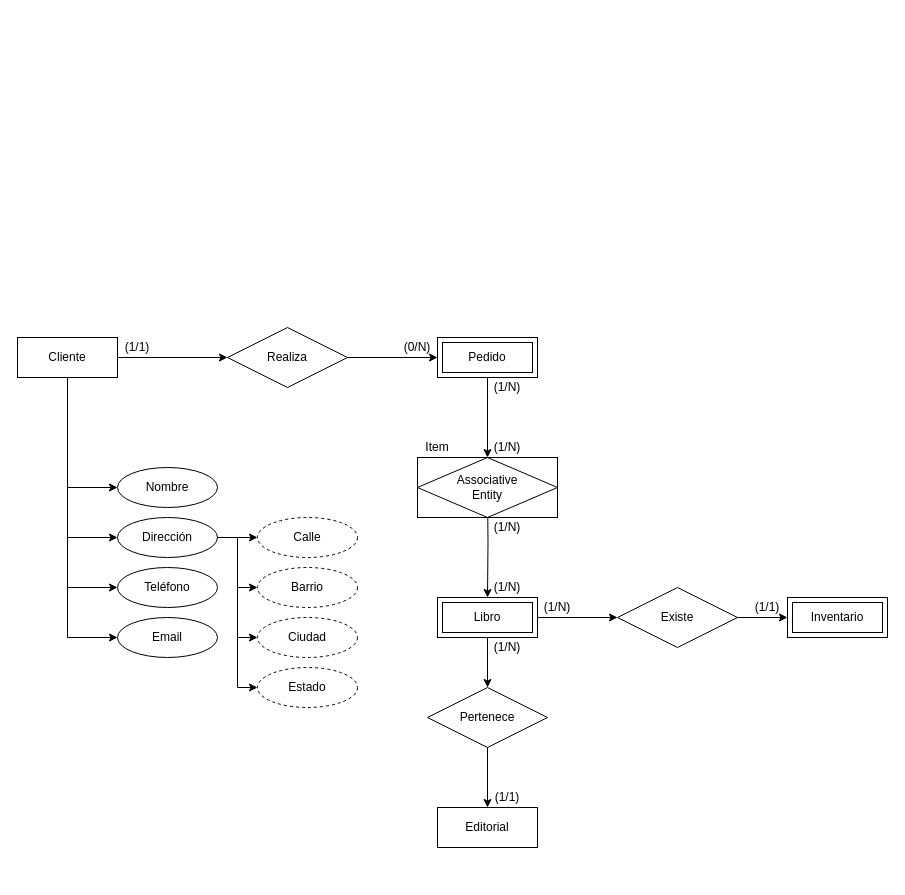
Earlier version of the draw.io diagram Diagrama id entidades.drawio (maximo-he/Modelado-de-base-de-datos). Source tidied: cells renumbered, new cells numbered last; positions are measured from the earlier drawing's top-left corner, leaving out a move shared by most shapes. Both pictures are drawn from the tidied source at 100%, with x=0, y=0 at pixel (17, 327).
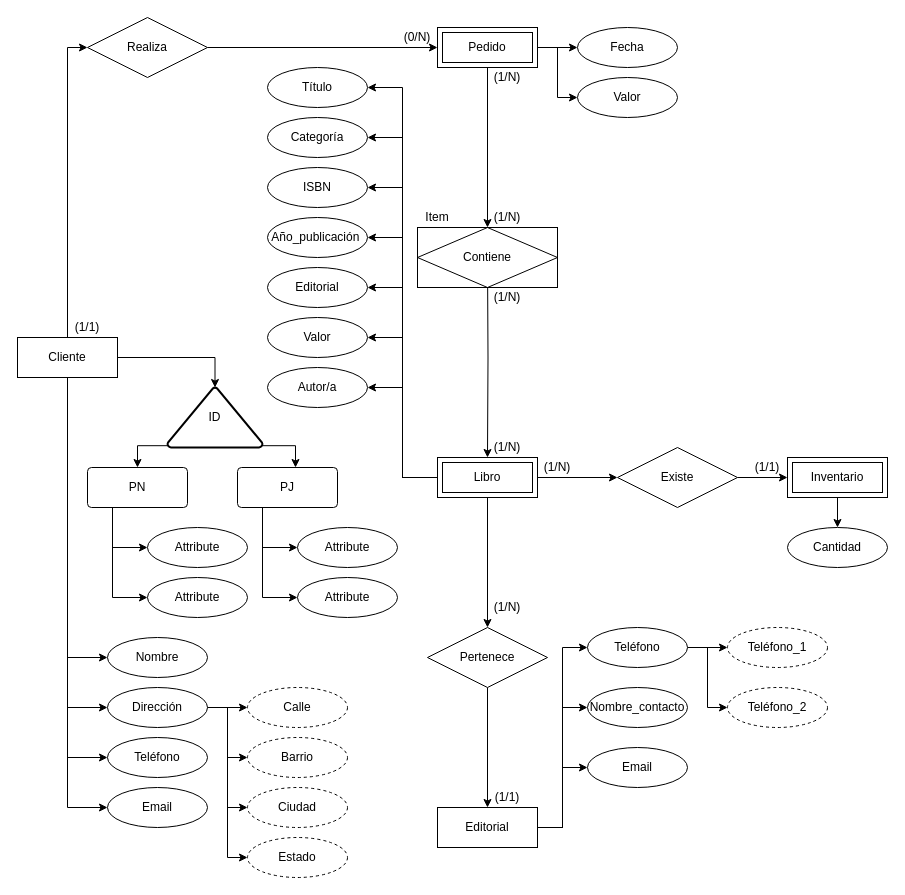
After the change.

The change refers to these unchanged cells:
```xml
<mxCell id="7" value="Cliente" style="whiteSpace=wrap;html=1;align=center;" parent="1" vertex="1">
  <mxGeometry y="10" width="100" height="40" as="geometry" />
</mxCell>
<mxCell id="10" value="Editorial" style="whiteSpace=wrap;html=1;align=center;" parent="1" vertex="1">
  <mxGeometry x="420" y="480" width="100" height="40" as="geometry" />
</mxCell>
```

What changed in the source:
```diff
@@
-    <mxCell id="2" style="edgeStyle=orthogonalEdgeStyle;rounded=0;jettySize=auto;html=1;exitX=1;exitY=0.5;exitDx=0;exitDy=0;entryX=0;entryY=0.5;entryDx=0;entryDy=0;" parent="1" edge="1" source="7" target="16">
-      <mxGeometry relative="1" as="geometry" />
+    <mxCell id="2" style="edgeStyle=orthogonalEdgeStyle;rounded=0;jettySize=auto;html=1;exitX=0.5;exitY=0;exitDx=0;exitDy=0;entryX=0;entryY=0.5;entryDx=0;entryDy=0;" parent="1" edge="1" source="7" target="16">
+      <mxGeometry relative="1" as="geometry">
+        <Array as="points">
+          <mxPoint x="50" y="-280" />
+        </Array>
+      </mxGeometry>
     </mxCell>
@@
+    <mxCell id="46" style="edgeStyle=orthogonalEdgeStyle;rounded=0;jettySize=auto;html=1;exitX=1;exitY=0.5;exitDx=0;exitDy=0;entryX=0;entryY=0.5;entryDx=0;entryDy=0;" parent="1" edge="1" source="9" target="73">
+      <mxGeometry relative="1" as="geometry" />
+    </mxCell>
+    <mxCell id="47" style="edgeStyle=orthogonalEdgeStyle;rounded=0;jettySize=auto;html=1;exitX=1;exitY=0.5;exitDx=0;exitDy=0;entryX=0;entryY=0.5;entryDx=0;entryDy=0;" parent="1" edge="1" source="9" target="74">
+      <mxGeometry relative="1" as="geometry" />
+    </mxCell>
     <mxCell id="9" value="Pedido" style="shape=ext;margin=3;double=1;whiteSpace=wrap;html=1;align=center;" parent="1" vertex="1">
-      <mxGeometry x="420" y="10" width="100" height="40" as="geometry" />
+      <mxGeometry x="420" y="-300" width="100" height="40" as="geometry" />
     </mxCell>
+    <mxCell id="48" style="edgeStyle=orthogonalEdgeStyle;rounded=0;jettySize=auto;html=1;exitX=1;exitY=0.5;exitDx=0;exitDy=0;entryX=0;entryY=0.5;entryDx=0;entryDy=0;" parent="1" edge="1" source="10" target="85">
+      <mxGeometry relative="1" as="geometry" />
+    </mxCell>
+    <mxCell id="49" style="edgeStyle=orthogonalEdgeStyle;rounded=0;jettySize=auto;html=1;exitX=1;exitY=0.5;exitDx=0;exitDy=0;entryX=0;entryY=0.5;entryDx=0;entryDy=0;" parent="1" edge="1" source="10" target="86">
+      <mxGeometry relative="1" as="geometry" />
+    </mxCell>
+    <mxCell id="50" style="edgeStyle=orthogonalEdgeStyle;rounded=0;jettySize=auto;html=1;exitX=1;exitY=0.5;exitDx=0;exitDy=0;entryX=0;entryY=0.5;entryDx=0;entryDy=0;" parent="1" edge="1" source="10" target="87">
+      <mxGeometry relative="1" as="geometry" />
+    </mxCell>
@@
+    <mxCell id="51" style="edgeStyle=orthogonalEdgeStyle;rounded=0;jettySize=auto;html=1;exitX=0.5;exitY=1;exitDx=0;exitDy=0;" parent="1" edge="1" source="11" target="82">
+      <mxGeometry relative="1" as="geometry" />
+    </mxCell>
     <mxCell id="11" value="Inventario" style="shape=ext;margin=3;double=1;whiteSpace=wrap;html=1;align=center;" parent="1" vertex="1">
-      <mxGeometry x="770" y="270" width="100" height="40" as="geometry" />
+      <mxGeometry x="770" y="130" width="100" height="40" as="geometry" />
     </mxCell>
@@
+    <mxCell id="52" style="edgeStyle=orthogonalEdgeStyle;rounded=0;jettySize=auto;html=1;exitX=0;exitY=0.5;exitDx=0;exitDy=0;entryX=1;entryY=0.5;entryDx=0;entryDy=0;" parent="1" edge="1" source="14" target="75">
+      <mxGeometry relative="1" as="geometry" />
+    </mxCell>
+    <mxCell id="53" style="edgeStyle=orthogonalEdgeStyle;rounded=0;jettySize=auto;html=1;exitX=0;exitY=0.5;exitDx=0;exitDy=0;entryX=1;entryY=0.5;entryDx=0;entryDy=0;" parent="1" edge="1" source="14" target="76">
+      <mxGeometry relative="1" as="geometry" />
+    </mxCell>
+    <mxCell id="54" style="edgeStyle=orthogonalEdgeStyle;rounded=0;jettySize=auto;html=1;exitX=0;exitY=0.5;exitDx=0;exitDy=0;entryX=1;entryY=0.5;entryDx=0;entryDy=0;" parent="1" edge="1" source="14" target="77">
+      <mxGeometry relative="1" as="geometry" />
+    </mxCell>
+    <mxCell id="55" style="edgeStyle=orthogonalEdgeStyle;rounded=0;jettySize=auto;html=1;exitX=0;exitY=0.5;exitDx=0;exitDy=0;entryX=1;entryY=0.5;entryDx=0;entryDy=0;" parent="1" edge="1" source="14" target="78">
+      <mxGeometry relative="1" as="geometry" />
+    </mxCell>
+    <mxCell id="56" style="edgeStyle=orthogonalEdgeStyle;rounded=0;jettySize=auto;html=1;exitX=0;exitY=0.5;exitDx=0;exitDy=0;entryX=1;entryY=0.5;entryDx=0;entryDy=0;" parent="1" edge="1" source="14" target="79">
+      <mxGeometry relative="1" as="geometry" />
+    </mxCell>
+    <mxCell id="57" style="edgeStyle=orthogonalEdgeStyle;rounded=0;jettySize=auto;html=1;exitX=0;exitY=0.5;exitDx=0;exitDy=0;entryX=1;entryY=0.5;entryDx=0;entryDy=0;" parent="1" edge="1" source="14" target="80">
+      <mxGeometry relative="1" as="geometry" />
+    </mxCell>
+    <mxCell id="58" style="edgeStyle=orthogonalEdgeStyle;rounded=0;jettySize=auto;html=1;exitX=0;exitY=0.5;exitDx=0;exitDy=0;entryX=1;entryY=0.5;entryDx=0;entryDy=0;" parent="1" edge="1" source="14" target="81">
+      <mxGeometry relative="1" as="geometry" />
+    </mxCell>
     <mxCell id="14" value="Libro" style="shape=ext;margin=3;double=1;whiteSpace=wrap;html=1;align=center;" parent="1" vertex="1">
-      <mxGeometry x="420" y="270" width="100" height="40" as="geometry" />
+      <mxGeometry x="420" y="130" width="100" height="40" as="geometry" />
     </mxCell>
@@
     <mxCell id="16" value="Realiza" style="shape=rhombus;perimeter=rhombusPerimeter;whiteSpace=wrap;html=1;align=center;" parent="1" vertex="1">
-      <mxGeometry x="210" width="120" height="60" as="geometry" />
+      <mxGeometry x="70" y="-310" width="120" height="60" as="geometry" />
     </mxCell>
     <mxCell id="17" value="(1/1)" style="text;html=1;align=center;verticalAlign=middle;whiteSpace=wrap;rounded=0;" parent="1" vertex="1">
-      <mxGeometry x="100" y="10" width="40" height="20" as="geometry" />
+      <mxGeometry x="50" y="-10" width="40" height="20" as="geometry" />
     </mxCell>
     <mxCell id="18" value="(0/N)" style="text;html=1;align=center;verticalAlign=middle;whiteSpace=wrap;rounded=0;" parent="1" vertex="1">
-      <mxGeometry x="380" y="10" width="40" height="20" as="geometry" />
+      <mxGeometry x="380" y="-300" width="40" height="20" as="geometry" />
     </mxCell>
     <mxCell id="19" value="(1/N&lt;span style=&quot;background-color: transparent; color: light-dark(rgb(0, 0, 0), rgb(255, 255, 255));&quot;&gt;)&lt;/span&gt;" style="text;html=1;align=center;verticalAlign=middle;whiteSpace=wrap;rounded=0;" parent="1" vertex="1">
-      <mxGeometry x="470" y="50" width="40" height="20" as="geometry" />
+      <mxGeometry x="470" y="-260" width="40" height="20" as="geometry" />
     </mxCell>
     <mxCell id="20" value="(1/N)" style="text;html=1;align=center;verticalAlign=middle;whiteSpace=wrap;rounded=0;" parent="1" vertex="1">
-      <mxGeometry x="470" y="250" width="40" height="20" as="geometry" />
+      <mxGeometry x="470" y="110" width="40" height="20" as="geometry" />
     </mxCell>
     <mxCell id="21" value="(1/N)" style="text;html=1;align=center;verticalAlign=middle;whiteSpace=wrap;rounded=0;" parent="1" vertex="1">
-      <mxGeometry x="470" y="310" width="40" height="20" as="geometry" />
+      <mxGeometry x="470" y="270" width="40" height="20" as="geometry" />
     </mxCell>
@@
     <mxCell id="23" value="(1/N)" style="text;html=1;align=center;verticalAlign=middle;whiteSpace=wrap;rounded=0;" parent="1" vertex="1">
-      <mxGeometry x="520" y="270" width="40" height="20" as="geometry" />
+      <mxGeometry x="520" y="130" width="40" height="20" as="geometry" />
     </mxCell>
     <mxCell id="24" value="(1/1)" style="text;html=1;align=center;verticalAlign=middle;whiteSpace=wrap;rounded=0;" parent="1" vertex="1">
-      <mxGeometry x="730" y="270" width="40" height="20" as="geometry" />
+      <mxGeometry x="730" y="130" width="40" height="20" as="geometry" />
     </mxCell>
     <mxCell id="25" style="edgeStyle=orthogonalEdgeStyle;rounded=0;jettySize=auto;html=1;exitX=0.5;exitY=1;exitDx=0;exitDy=0;entryX=0.5;entryY=0;entryDx=0;entryDy=0;" parent="1" edge="1" target="14">
       <mxGeometry relative="1" as="geometry">
-        <mxPoint x="470" y="160" as="sourcePoint" />
+        <mxPoint x="470" y="-70" as="sourcePoint" />
       </mxGeometry>
     </mxCell>
@@
     <mxCell id="27" value="Pertenece" style="shape=rhombus;perimeter=rhombusPerimeter;whiteSpace=wrap;html=1;align=center;" parent="1" vertex="1">
-      <mxGeometry x="410" y="360" width="120" height="60" as="geometry" />
+      <mxGeometry x="410" y="300" width="120" height="60" as="geometry" />
     </mxCell>
@@
     <mxCell id="29" value="Existe" style="shape=rhombus;perimeter=rhombusPerimeter;whiteSpace=wrap;html=1;align=center;" parent="1" vertex="1">
-      <mxGeometry x="600" y="260" width="120" height="60" as="geometry" />
+      <mxGeometry x="600" y="120" width="120" height="60" as="geometry" />
     </mxCell>
-    <mxCell id="30" value="Associative&#10;Entity" style="shape=associativeEntity;whiteSpace=wrap;html=1;align=center;" parent="1" vertex="1">
-      <mxGeometry x="400" y="130" width="140" height="60" as="geometry" />
+    <mxCell id="30" value="Contiene" style="shape=associativeEntity;whiteSpace=wrap;html=1;align=center;" parent="1" vertex="1">
+      <mxGeometry x="400" y="-100" width="140" height="60" as="geometry" />
     </mxCell>
     <mxCell id="31" value="(1/N&lt;span style=&quot;background-color: transparent; color: light-dark(rgb(0, 0, 0), rgb(255, 255, 255));&quot;&gt;)&lt;/span&gt;" style="text;html=1;align=center;verticalAlign=middle;whiteSpace=wrap;rounded=0;" parent="1" vertex="1">
-      <mxGeometry x="470" y="110" width="40" height="20" as="geometry" />
+      <mxGeometry x="470" y="-120" width="40" height="20" as="geometry" />
     </mxCell>
     <mxCell id="32" value="(1/N)" style="text;html=1;align=center;verticalAlign=middle;whiteSpace=wrap;rounded=0;" parent="1" vertex="1">
-      <mxGeometry x="470" y="190" width="40" height="20" as="geometry" />
+      <mxGeometry x="470" y="-40" width="40" height="20" as="geometry" />
     </mxCell>
     <mxCell id="33" value="Item" style="text;html=1;align=center;verticalAlign=middle;whiteSpace=wrap;rounded=0;" parent="1" vertex="1">
-      <mxGeometry x="400" y="110" width="40" height="20" as="geometry" />
+      <mxGeometry x="400" y="-120" width="40" height="20" as="geometry" />
     </mxCell>
     <mxCell id="34" value="Nombre" style="ellipse;whiteSpace=wrap;html=1;align=center;" parent="1" vertex="1">
-      <mxGeometry x="100" y="140" width="100" height="40" as="geometry" />
+      <mxGeometry x="90" y="310" width="100" height="40" as="geometry" />
     </mxCell>
@@
     <mxCell id="39" value="Dirección" style="ellipse;whiteSpace=wrap;html=1;align=center;" parent="1" vertex="1">
-      <mxGeometry x="100" y="190" width="100" height="40" as="geometry" />
+      <mxGeometry x="90" y="360" width="100" height="40" as="geometry" />
     </mxCell>
     <mxCell id="40" value="Teléfono" style="ellipse;whiteSpace=wrap;html=1;align=center;" parent="1" vertex="1">
-      <mxGeometry x="100" y="240" width="100" height="40" as="geometry" />
+      <mxGeometry x="90" y="410" width="100" height="40" as="geometry" />
     </mxCell>
     <mxCell id="41" value="Email" style="ellipse;whiteSpace=wrap;html=1;align=center;" parent="1" vertex="1">
-      <mxGeometry x="100" y="290" width="100" height="40" as="geometry" />
+      <mxGeometry x="90" y="460" width="100" height="40" as="geometry" />
     </mxCell>
     <mxCell id="42" value="Calle" style="ellipse;whiteSpace=wrap;html=1;align=center;dashed=1;" parent="1" vertex="1">
-      <mxGeometry x="240" y="190" width="100" height="40" as="geometry" />
+      <mxGeometry x="230" y="360" width="100" height="40" as="geometry" />
     </mxCell>
     <mxCell id="43" value="Barrio" style="ellipse;whiteSpace=wrap;html=1;align=center;dashed=1;" parent="1" vertex="1">
-      <mxGeometry x="240" y="240" width="100" height="40" as="geometry" />
+      <mxGeometry x="230" y="410" width="100" height="40" as="geometry" />
     </mxCell>
     <mxCell id="44" value="Ciudad" style="ellipse;whiteSpace=wrap;html=1;align=center;dashed=1;" parent="1" vertex="1">
-      <mxGeometry x="240" y="290" width="100" height="40" as="geometry" />
+      <mxGeometry x="230" y="460" width="100" height="40" as="geometry" />
     </mxCell>
     <mxCell id="45" value="Estado" style="ellipse;whiteSpace=wrap;html=1;align=center;dashed=1;" parent="1" vertex="1">
-      <mxGeometry x="240" y="340" width="100" height="40" as="geometry" />
+      <mxGeometry x="230" y="510" width="100" height="40" as="geometry" />
     </mxCell>
+    <mxCell id="59" style="edgeStyle=orthogonalEdgeStyle;rounded=0;jettySize=auto;html=1;exitX=0.01;exitY=0.97;exitDx=0;exitDy=0;exitPerimeter=0;entryX=0.5;entryY=0;entryDx=0;entryDy=0;" parent="1" edge="1" source="60" target="63">
+      <mxGeometry relative="1" as="geometry" />
+    </mxCell>
+    <mxCell id="60" value="ID" style="strokeWidth=2;html=1;shape=mxgraph.flowchart.extract_or_measurement;whiteSpace=wrap;" parent="1" vertex="1">
+      <mxGeometry x="150" y="60" width="95" height="60" as="geometry" />
+    </mxCell>
+    <mxCell id="61" style="edgeStyle=orthogonalEdgeStyle;rounded=0;jettySize=auto;html=1;exitX=0.25;exitY=1;exitDx=0;exitDy=0;entryX=0;entryY=0.5;entryDx=0;entryDy=0;" parent="1" edge="1" source="63" target="67">
+      <mxGeometry relative="1" as="geometry" />
+    </mxCell>
+    <mxCell id="62" style="edgeStyle=orthogonalEdgeStyle;rounded=0;jettySize=auto;html=1;entryX=0;entryY=0.5;entryDx=0;entryDy=0;exitX=0.25;exitY=1;exitDx=0;exitDy=0;" parent="1" edge="1" source="63" target="68">
+      <mxGeometry relative="1" as="geometry" />
+    </mxCell>
+    <mxCell id="63" value="PN" style="rounded=1;arcSize=10;whiteSpace=wrap;html=1;align=center;" parent="1" vertex="1">
+      <mxGeometry x="70" y="140" width="100" height="40" as="geometry" />
+    </mxCell>
+    <mxCell id="64" style="edgeStyle=orthogonalEdgeStyle;rounded=0;jettySize=auto;html=1;exitX=0.25;exitY=1;exitDx=0;exitDy=0;entryX=0;entryY=0.5;entryDx=0;entryDy=0;" parent="1" edge="1" source="66" target="69">
+      <mxGeometry relative="1" as="geometry" />
+    </mxCell>
+    <mxCell id="65" style="edgeStyle=orthogonalEdgeStyle;rounded=0;jettySize=auto;html=1;exitX=0.25;exitY=1;exitDx=0;exitDy=0;entryX=0;entryY=0.5;entryDx=0;entryDy=0;" parent="1" edge="1" source="66" target="70">
+      <mxGeometry relative="1" as="geometry" />
+    </mxCell>
+    <mxCell id="66" value="PJ" style="rounded=1;arcSize=10;whiteSpace=wrap;html=1;align=center;" parent="1" vertex="1">
+      <mxGeometry x="220" y="140" width="100" height="40" as="geometry" />
+    </mxCell>
+    <mxCell id="67" value="Attribute" style="ellipse;whiteSpace=wrap;html=1;align=center;" parent="1" vertex="1">
+      <mxGeometry x="130" y="200" width="100" height="40" as="geometry" />
+    </mxCell>
+    <mxCell id="68" value="Attribute" style="ellipse;whiteSpace=wrap;html=1;align=center;" parent="1" vertex="1">
+      <mxGeometry x="130" y="250" width="100" height="40" as="geometry" />
+    </mxCell>
+    <mxCell id="69" value="Attribute" style="ellipse;whiteSpace=wrap;html=1;align=center;" parent="1" vertex="1">
+      <mxGeometry x="280" y="200" width="100" height="40" as="geometry" />
+    </mxCell>
+    <mxCell id="70" value="Attribute" style="ellipse;whiteSpace=wrap;html=1;align=center;" parent="1" vertex="1">
+      <mxGeometry x="280" y="250" width="100" height="40" as="geometry" />
+    </mxCell>
+    <mxCell id="71" style="edgeStyle=orthogonalEdgeStyle;rounded=0;jettySize=auto;html=1;exitX=1;exitY=0.5;exitDx=0;exitDy=0;entryX=0.5;entryY=0;entryDx=0;entryDy=0;entryPerimeter=0;" parent="1" edge="1" source="7" target="60">
+      <mxGeometry relative="1" as="geometry" />
+    </mxCell>
+    <mxCell id="72" style="edgeStyle=orthogonalEdgeStyle;rounded=0;jettySize=auto;html=1;exitX=0.99;exitY=0.97;exitDx=0;exitDy=0;exitPerimeter=0;entryX=0.58;entryY=0;entryDx=0;entryDy=0;entryPerimeter=0;" parent="1" edge="1" source="60" target="66">
+      <mxGeometry relative="1" as="geometry" />
+    </mxCell>
+    <mxCell id="73" value="Fecha" style="ellipse;whiteSpace=wrap;html=1;align=center;" parent="1" vertex="1">
+      <mxGeometry x="560" y="-300" width="100" height="40" as="geometry" />
+    </mxCell>
+    <mxCell id="74" value="Valor" style="ellipse;whiteSpace=wrap;html=1;align=center;" parent="1" vertex="1">
+      <mxGeometry x="560" y="-250" width="100" height="40" as="geometry" />
+    </mxCell>
+    <mxCell id="75" value="Título" style="ellipse;whiteSpace=wrap;html=1;align=center;" parent="1" vertex="1">
+      <mxGeometry x="250" y="-260" width="100" height="40" as="geometry" />
+    </mxCell>
+    <mxCell id="76" value="Categoría" style="ellipse;whiteSpace=wrap;html=1;align=center;" parent="1" vertex="1">
+      <mxGeometry x="250" y="-210" width="100" height="40" as="geometry" />
+    </mxCell>
+    <mxCell id="77" value="ISBN" style="ellipse;whiteSpace=wrap;html=1;align=center;" parent="1" vertex="1">
+      <mxGeometry x="250" y="-160" width="100" height="40" as="geometry" />
+    </mxCell>
+    <mxCell id="78" value="Año_publicación&amp;nbsp;" style="ellipse;whiteSpace=wrap;html=1;align=center;" parent="1" vertex="1">
+      <mxGeometry x="250" y="-110" width="100" height="40" as="geometry" />
+    </mxCell>
+    <mxCell id="79" value="Editorial" style="ellipse;whiteSpace=wrap;html=1;align=center;" parent="1" vertex="1">
+      <mxGeometry x="250" y="-60" width="100" height="40" as="geometry" />
+    </mxCell>
+    <mxCell id="80" value="Valor" style="ellipse;whiteSpace=wrap;html=1;align=center;" parent="1" vertex="1">
+      <mxGeometry x="250" y="-10" width="100" height="40" as="geometry" />
+    </mxCell>
+    <mxCell id="81" value="Autor/a" style="ellipse;whiteSpace=wrap;html=1;align=center;" parent="1" vertex="1">
+      <mxGeometry x="250" y="40" width="100" height="40" as="geometry" />
+    </mxCell>
+    <mxCell id="82" value="Cantidad" style="ellipse;whiteSpace=wrap;html=1;align=center;" parent="1" vertex="1">
+      <mxGeometry x="770" y="200" width="100" height="40" as="geometry" />
+    </mxCell>
+    <mxCell id="83" style="edgeStyle=orthogonalEdgeStyle;rounded=0;jettySize=auto;html=1;exitX=1;exitY=0.5;exitDx=0;exitDy=0;entryX=0;entryY=0.5;entryDx=0;entryDy=0;" parent="1" edge="1" source="85" target="88">
+      <mxGeometry relative="1" as="geometry" />
+    </mxCell>
+    <mxCell id="84" style="edgeStyle=orthogonalEdgeStyle;rounded=0;jettySize=auto;html=1;exitX=1;exitY=0.5;exitDx=0;exitDy=0;entryX=0;entryY=0.5;entryDx=0;entryDy=0;" parent="1" edge="1" source="85" target="89">
+      <mxGeometry relative="1" as="geometry" />
+    </mxCell>
+    <mxCell id="85" value="Teléfono" style="ellipse;whiteSpace=wrap;html=1;align=center;" parent="1" vertex="1">
+      <mxGeometry x="570" y="300" width="100" height="40" as="geometry" />
+    </mxCell>
+    <mxCell id="86" value="Nombre_contacto" style="ellipse;whiteSpace=wrap;html=1;align=center;" parent="1" vertex="1">
+      <mxGeometry x="570" y="360" width="100" height="40" as="geometry" />
+    </mxCell>
+    <mxCell id="87" value="Email" style="ellipse;whiteSpace=wrap;html=1;align=center;" parent="1" vertex="1">
+      <mxGeometry x="570" y="420" width="100" height="40" as="geometry" />
+    </mxCell>
+    <mxCell id="88" value="Teléfono_1" style="ellipse;whiteSpace=wrap;html=1;align=center;dashed=1;" parent="1" vertex="1">
+      <mxGeometry x="710" y="300" width="100" height="40" as="geometry" />
+    </mxCell>
+    <mxCell id="89" value="Teléfono_2" style="ellipse;whiteSpace=wrap;html=1;align=center;dashed=1;" parent="1" vertex="1">
+      <mxGeometry x="710" y="360" width="100" height="40" as="geometry" />
+    </mxCell>
```
